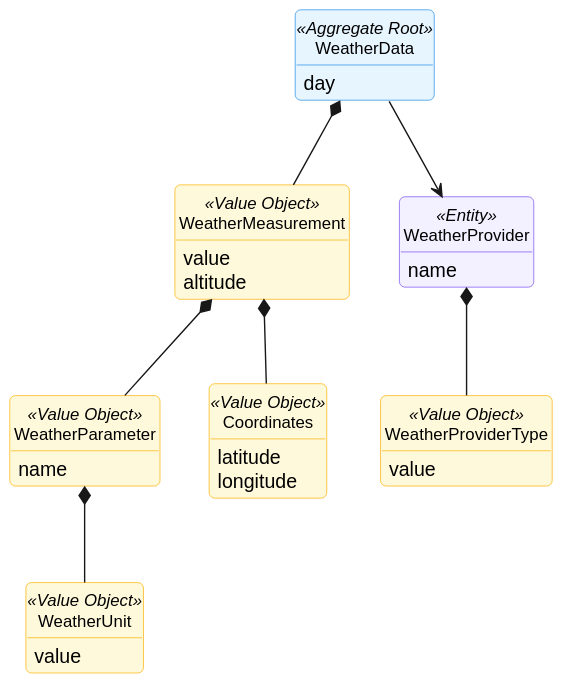
Before: docs/global-artifacts/02.analysis/svg/Aggregates/WeatherDataAggregate.svg, a diagram exported from PlantUML (GustavoFerreira24/flight-management-platform).
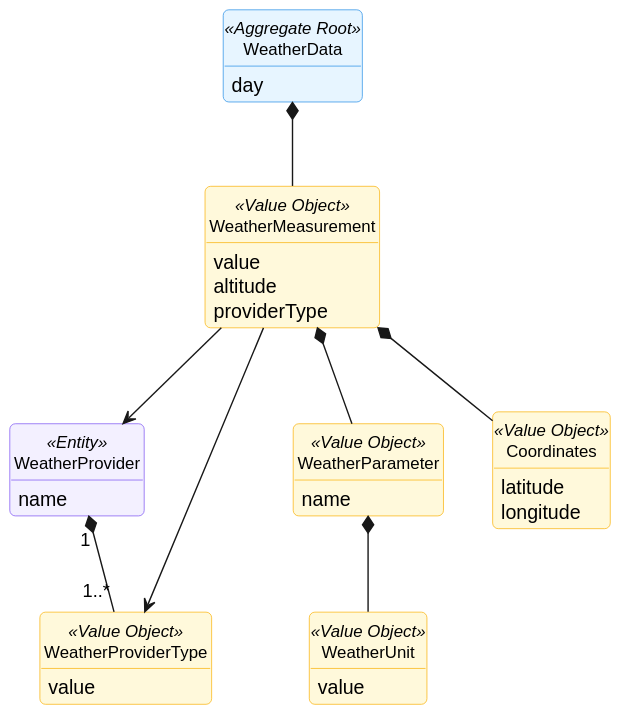
Above is the later version.

Commit message:
Dm : Refactor FlightPlan and WeatherData aggregates: rename value objects for clarity and enhance WeatherMeasurement with providerType attribute. Update related documentation and diagrams. [#106]

The edit, as a diff of the source:
```diff
@@ -29,6 +29,7 @@
     class WeatherMeasurement <<Value Object>> {
         value
         altitude
+        providerType
     }
 
     class WeatherProvider <<Entity>> {
@@ -52,10 +53,11 @@
             longitude
     }
 
-    WeatherData --> WeatherProvider
     WeatherData *-- WeatherMeasurement
+    WeatherMeasurement --> WeatherProvider
+    WeatherMeasurement --> WeatherProviderType
     WeatherMeasurement *-- Coordinates
-    WeatherProvider *-- WeatherProviderType
+    WeatherProvider "1" *-- "1..*" WeatherProviderType
     WeatherMeasurement *-- WeatherParameter
     WeatherParameter *-- WeatherUnit
 @enduml
```
